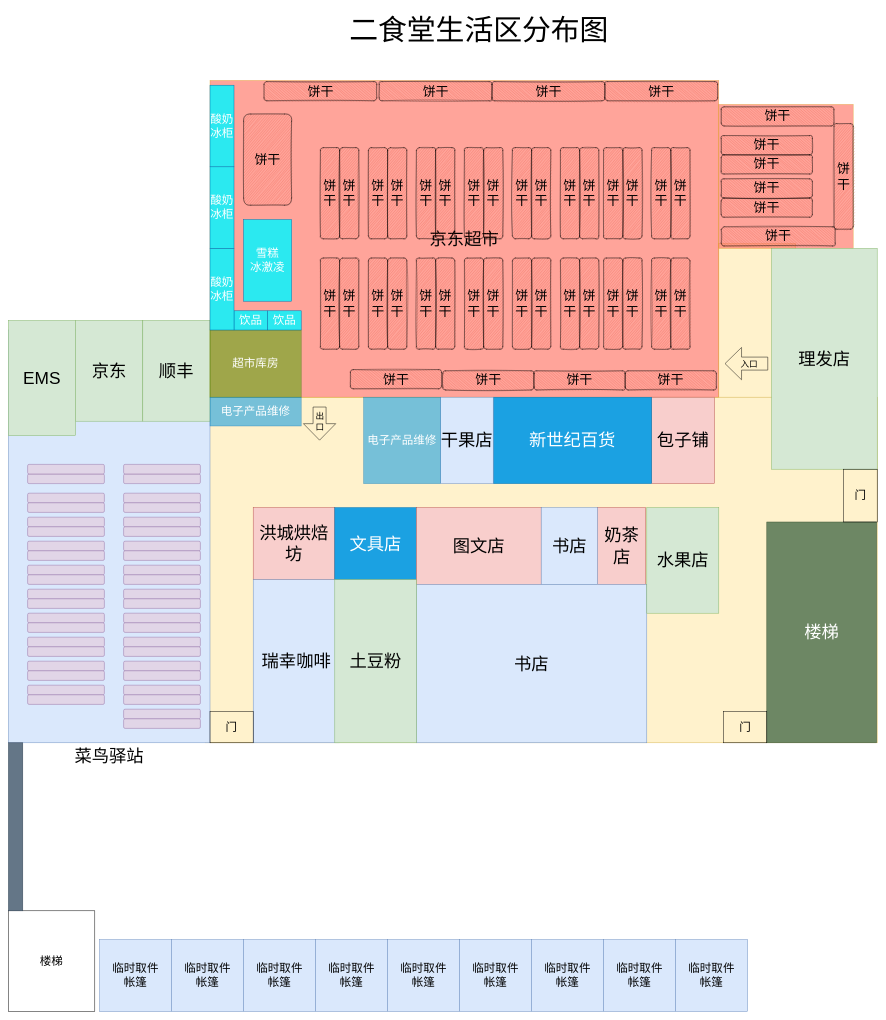
Earlier version of the draw.io diagram img/life/dining2.drawio (inNENU/2023-resource). Source tidied: cells renumbered, new cells numbered last; positions are measured from the earlier drawing's top-left corner, leaving out a move shared by most shapes. Both pictures are drawn from the tidied source at 48%, with x=0, y=0 at pixel (8, 8).
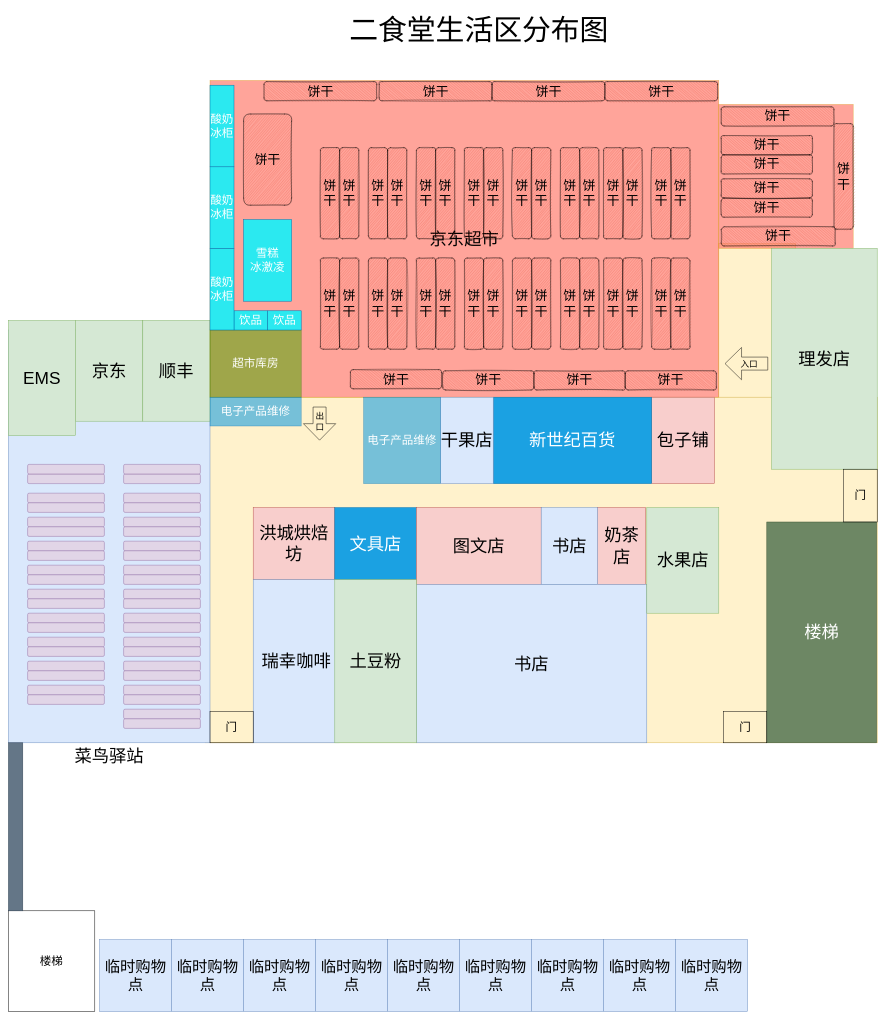
After the change.

What changed in the source:
```diff
@@
-    <mxCell id="128" value="临时取件&lt;br style=&quot;font-size: 24px;&quot;&gt;帐篷" style="rounded=0;whiteSpace=wrap;html=1;labelBackgroundColor=none;fontSize=24;fillColor=#dae8fc;strokeColor=#6c8ebf;" parent="1" vertex="1">
+    <mxCell id="128" value="&lt;font style=&quot;font-size: 32px;&quot;&gt;临时购物点&lt;/font&gt;" style="rounded=0;whiteSpace=wrap;html=1;labelBackgroundColor=none;fontSize=24;fillColor=#dae8fc;strokeColor=#6c8ebf;" parent="1" vertex="1">
       <mxGeometry x="190" y="1940" width="150" height="150" as="geometry" />
     </mxCell>
@@
-    <mxCell id="134" value="临时取件&lt;br style=&quot;font-size: 24px;&quot;&gt;帐篷" style="rounded=0;whiteSpace=wrap;html=1;labelBackgroundColor=none;fontSize=24;fillColor=#dae8fc;strokeColor=#6c8ebf;" parent="1" vertex="1">
+    <mxCell id="134" value="&lt;span style=&quot;font-size: 32px;&quot;&gt;临时购物点&lt;/span&gt;" style="rounded=0;whiteSpace=wrap;html=1;labelBackgroundColor=none;fontSize=24;fillColor=#dae8fc;strokeColor=#6c8ebf;" parent="1" vertex="1">
       <mxGeometry x="340" y="1940" width="150" height="150" as="geometry" />
     </mxCell>
-    <mxCell id="135" value="临时取件&lt;br style=&quot;font-size: 24px;&quot;&gt;帐篷" style="rounded=0;whiteSpace=wrap;html=1;labelBackgroundColor=none;fontSize=24;fillColor=#dae8fc;strokeColor=#6c8ebf;" parent="1" vertex="1">
+    <mxCell id="135" value="&lt;span style=&quot;font-size: 32px;&quot;&gt;临时购物点&lt;/span&gt;" style="rounded=0;whiteSpace=wrap;html=1;labelBackgroundColor=none;fontSize=24;fillColor=#dae8fc;strokeColor=#6c8ebf;" parent="1" vertex="1">
       <mxGeometry x="490" y="1940" width="150" height="150" as="geometry" />
     </mxCell>
-    <mxCell id="136" value="临时取件&lt;br style=&quot;font-size: 24px;&quot;&gt;帐篷" style="rounded=0;whiteSpace=wrap;html=1;labelBackgroundColor=none;fontSize=24;fillColor=#dae8fc;strokeColor=#6c8ebf;" parent="1" vertex="1">
+    <mxCell id="136" value="&lt;span style=&quot;font-size: 32px;&quot;&gt;临时购物点&lt;/span&gt;" style="rounded=0;whiteSpace=wrap;html=1;labelBackgroundColor=none;fontSize=24;fillColor=#dae8fc;strokeColor=#6c8ebf;" parent="1" vertex="1">
       <mxGeometry x="640" y="1940" width="150" height="150" as="geometry" />
     </mxCell>
-    <mxCell id="137" value="临时取件&lt;br style=&quot;font-size: 24px;&quot;&gt;帐篷" style="rounded=0;whiteSpace=wrap;html=1;labelBackgroundColor=none;fontSize=24;fillColor=#dae8fc;strokeColor=#6c8ebf;" parent="1" vertex="1">
+    <mxCell id="137" value="&lt;span style=&quot;font-size: 32px;&quot;&gt;临时购物点&lt;/span&gt;" style="rounded=0;whiteSpace=wrap;html=1;labelBackgroundColor=none;fontSize=24;fillColor=#dae8fc;strokeColor=#6c8ebf;" parent="1" vertex="1">
       <mxGeometry x="790" y="1940" width="150" height="150" as="geometry" />
     </mxCell>
-    <mxCell id="138" value="临时取件&lt;br style=&quot;font-size: 24px;&quot;&gt;帐篷" style="rounded=0;whiteSpace=wrap;html=1;labelBackgroundColor=none;fontSize=24;fillColor=#dae8fc;strokeColor=#6c8ebf;" parent="1" vertex="1">
+    <mxCell id="138" value="&lt;span style=&quot;font-size: 32px;&quot;&gt;临时购物点&lt;/span&gt;" style="rounded=0;whiteSpace=wrap;html=1;labelBackgroundColor=none;fontSize=24;fillColor=#dae8fc;strokeColor=#6c8ebf;" parent="1" vertex="1">
       <mxGeometry x="940" y="1940" width="150" height="150" as="geometry" />
     </mxCell>
-    <mxCell id="139" value="临时取件&lt;br style=&quot;font-size: 24px;&quot;&gt;帐篷" style="rounded=0;whiteSpace=wrap;html=1;labelBackgroundColor=none;fontSize=24;fillColor=#dae8fc;strokeColor=#6c8ebf;" parent="1" vertex="1">
+    <mxCell id="139" value="&lt;span style=&quot;font-size: 32px;&quot;&gt;临时购物点&lt;/span&gt;" style="rounded=0;whiteSpace=wrap;html=1;labelBackgroundColor=none;fontSize=24;fillColor=#dae8fc;strokeColor=#6c8ebf;" parent="1" vertex="1">
       <mxGeometry x="1090" y="1940" width="150" height="150" as="geometry" />
     </mxCell>
-    <mxCell id="140" value="临时取件&lt;br style=&quot;font-size: 24px;&quot;&gt;帐篷" style="rounded=0;whiteSpace=wrap;html=1;labelBackgroundColor=none;fontSize=24;fillColor=#dae8fc;strokeColor=#6c8ebf;" parent="1" vertex="1">
+    <mxCell id="140" value="&lt;span style=&quot;font-size: 32px;&quot;&gt;临时购物点&lt;/span&gt;" style="rounded=0;whiteSpace=wrap;html=1;labelBackgroundColor=none;fontSize=24;fillColor=#dae8fc;strokeColor=#6c8ebf;" parent="1" vertex="1">
       <mxGeometry x="1240" y="1940" width="150" height="150" as="geometry" />
     </mxCell>
-    <mxCell id="141" value="临时取件&lt;br style=&quot;font-size: 24px;&quot;&gt;帐篷" style="rounded=0;whiteSpace=wrap;html=1;labelBackgroundColor=none;fontSize=24;fillColor=#dae8fc;strokeColor=#6c8ebf;" parent="1" vertex="1">
+    <mxCell id="141" value="&lt;span style=&quot;font-size: 32px;&quot;&gt;临时购物点&lt;/span&gt;" style="rounded=0;whiteSpace=wrap;html=1;labelBackgroundColor=none;fontSize=24;fillColor=#dae8fc;strokeColor=#6c8ebf;" parent="1" vertex="1">
       <mxGeometry x="1390" y="1940" width="150" height="150" as="geometry" />
     </mxCell>
```
